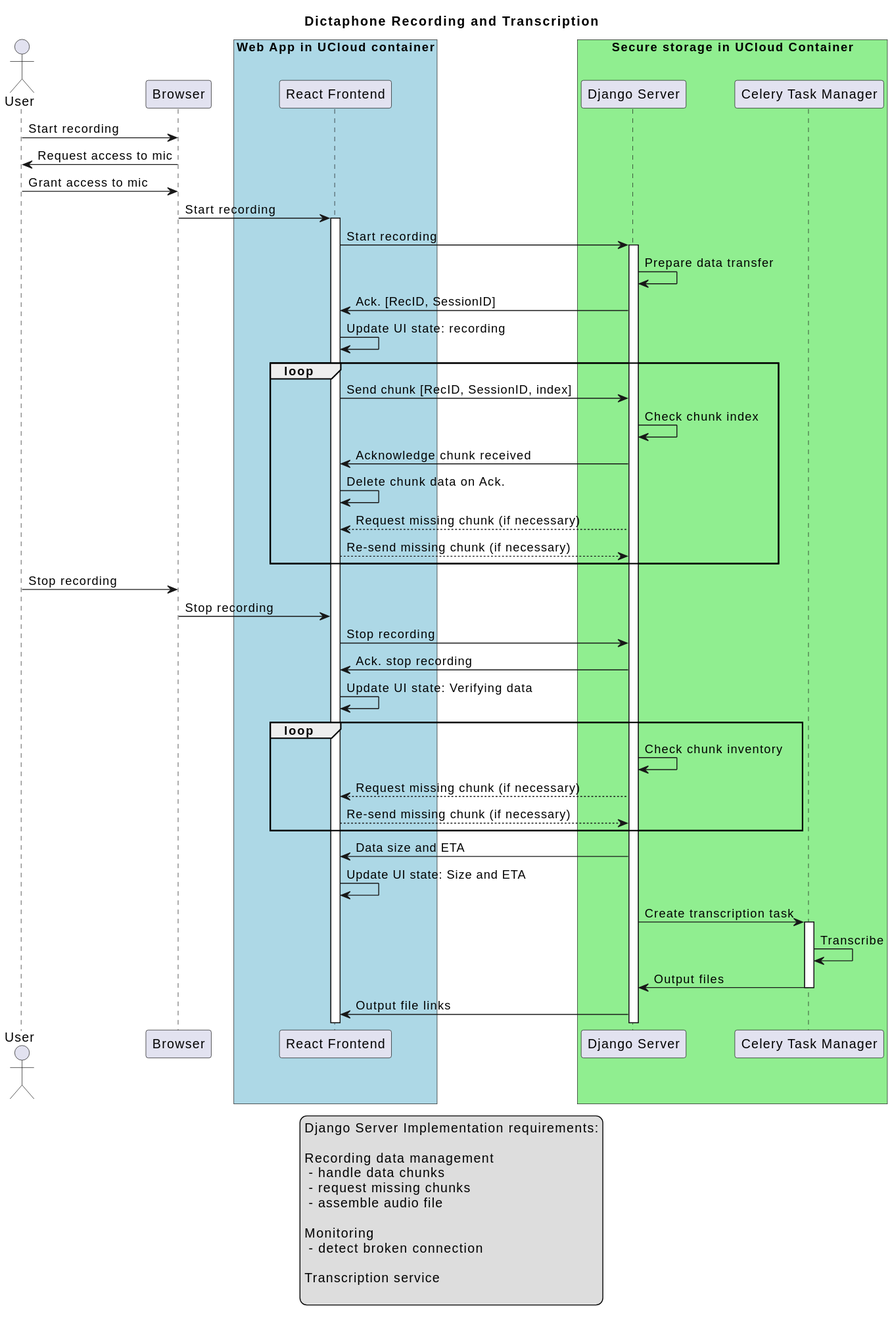
aau-claaudia/dictaphone keeps this PlantUML diagram as documentation/architecture.svg. Above is the earlier version.
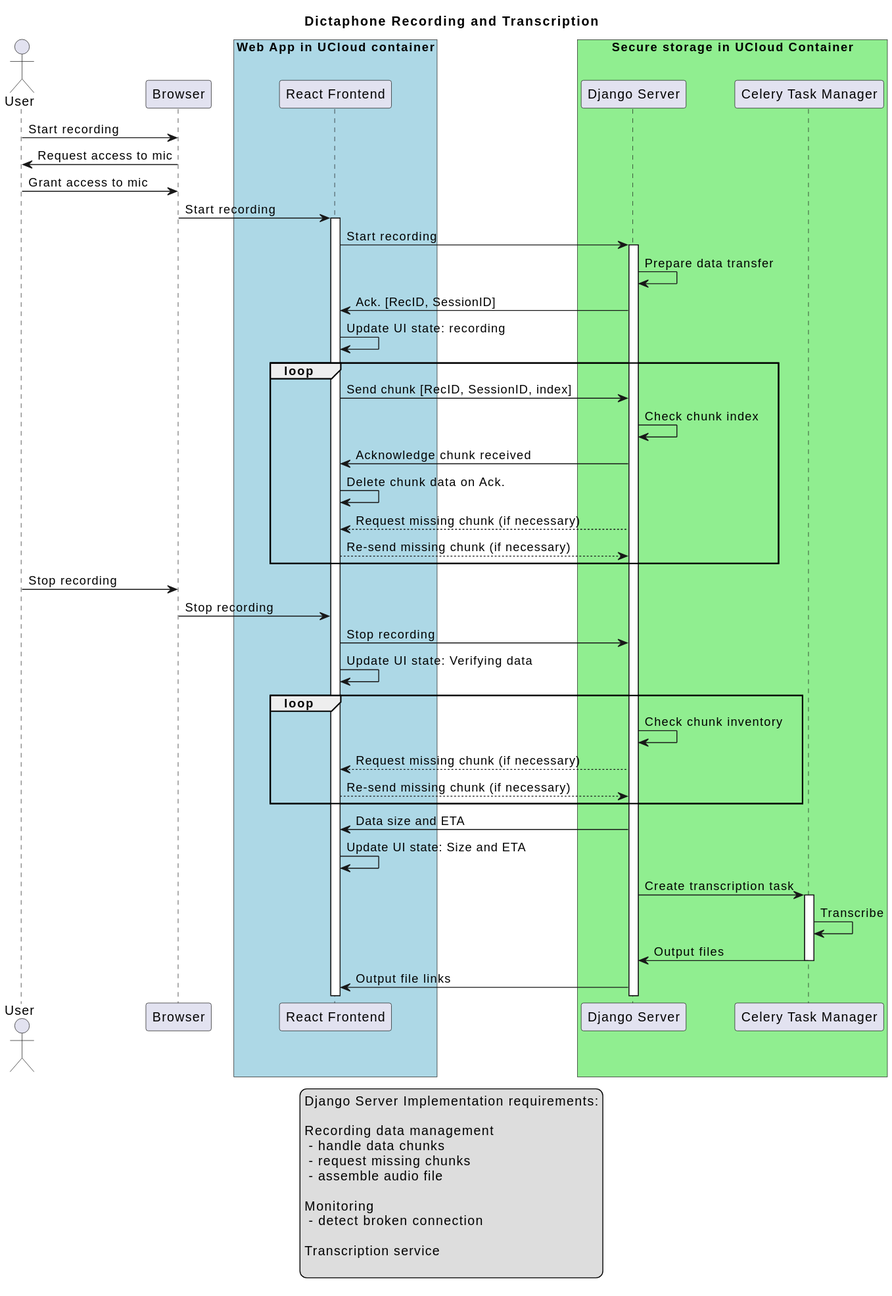
The same diagram one commit later.

Commit message:
Created recording finalization logic.

Change to the diagram source:
```diff
@@ -32,7 +32,6 @@
 U -> BR: Stop recording
 BR -> RF: Stop recording
 RF -> DS: Stop recording
-DS -> RF: Ack. stop recording
 RF -> RF: Update UI state: Verifying data
 loop
 DS -> DS: Check chunk inventory
```
